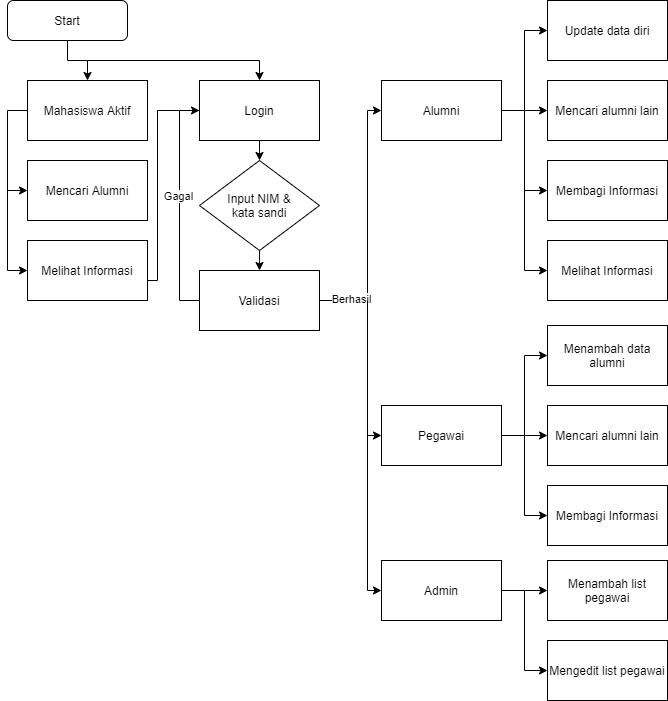
Earlier version of the draw.io export flowchart.png (DwikiAffandi/flowchart). Source tidied: cells renumbered, new cells last; positions are measured from the earlier drawing's top-left corner, leaving out a move shared by most shapes.
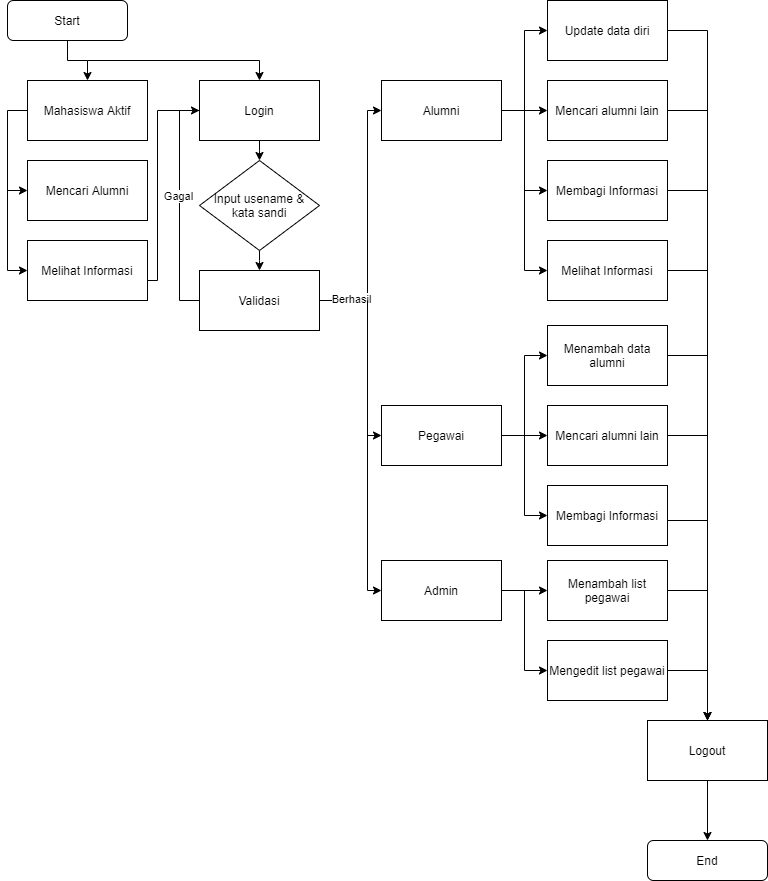
After the commit.

The edit, as a diff of the source:
```diff
@@ -72,7 +72,7 @@
     <mxCell id="16" style="edgeStyle=elbowEdgeStyle;rounded=0;jettySize=auto;elbow=vertical;html=1;" parent="1" edge="1" source="17" target="15">
       <mxGeometry relative="1" as="geometry" />
     </mxCell>
-    <mxCell id="17" value="Input NIM &amp;amp;&lt;br&gt;kata sandi" style="rhombus;whiteSpace=wrap;html=1;" parent="1" vertex="1">
+    <mxCell id="17" value="Input usename &amp;amp;&lt;br&gt;kata sandi" style="rhombus;whiteSpace=wrap;html=1;" parent="1" vertex="1">
       <mxGeometry x="192" y="160" width="120" height="90" as="geometry" />
     </mxCell>
     <mxCell id="18" style="edgeStyle=orthogonalEdgeStyle;rounded=0;jettySize=auto;html=1;exitX=0;exitY=0.5;exitDx=0;exitDy=0;entryX=0;entryY=0.5;entryDx=0;entryDy=0;" parent="1" edge="1" target="19">
@@ -98,12 +98,29 @@
     <mxCell id="24" value="Alumni" style="rounded=0;whiteSpace=wrap;html=1;" parent="1" vertex="1">
       <mxGeometry x="374" y="80" width="120" height="60" as="geometry" />
     </mxCell>
+    <mxCell id="43" style="edgeStyle=orthogonalEdgeStyle;rounded=0;jettySize=auto;html=1;entryX=0.5;entryY=0;entryDx=0;entryDy=0;" parent="1" edge="1" source="25" target="53">
+      <mxGeometry relative="1" as="geometry">
+        <Array as="points">
+          <mxPoint x="700" y="190" />
+        </Array>
+      </mxGeometry>
+    </mxCell>
     <mxCell id="25" value="Membagi Informasi" style="rounded=0;whiteSpace=wrap;html=1;" parent="1" vertex="1">
       <mxGeometry x="540" y="160" width="120" height="60" as="geometry" />
     </mxCell>
+    <mxCell id="44" style="edgeStyle=orthogonalEdgeStyle;rounded=0;jettySize=auto;html=1;" parent="1" edge="1" source="26">
+      <mxGeometry relative="1" as="geometry">
+        <mxPoint x="700" y="760" as="targetPoint" />
+      </mxGeometry>
+    </mxCell>
     <mxCell id="26" value="Mencari alumni lain" style="rounded=0;whiteSpace=wrap;html=1;" parent="1" vertex="1">
       <mxGeometry x="540" y="80" width="120" height="60" as="geometry" />
     </mxCell>
+    <mxCell id="45" style="edgeStyle=orthogonalEdgeStyle;rounded=0;jettySize=auto;html=1;" parent="1" edge="1" source="27">
+      <mxGeometry relative="1" as="geometry">
+        <mxPoint x="700" y="760" as="targetPoint" />
+      </mxGeometry>
+    </mxCell>
     <mxCell id="27" value="Update data diri" style="rounded=0;whiteSpace=wrap;html=1;" parent="1" vertex="1">
       <mxGeometry x="540" width="120" height="60" as="geometry" />
     </mxCell>
@@ -127,12 +144,30 @@
     <mxCell id="32" value="Pegawai" style="rounded=0;whiteSpace=wrap;html=1;" parent="1" vertex="1">
       <mxGeometry x="374" y="405" width="120" height="60" as="geometry" />
     </mxCell>
+    <mxCell id="46" style="edgeStyle=orthogonalEdgeStyle;rounded=0;jettySize=auto;html=1;entryX=0.5;entryY=0;entryDx=0;entryDy=0;" parent="1" edge="1" source="33" target="53">
+      <mxGeometry relative="1" as="geometry">
+        <Array as="points">
+          <mxPoint x="600" y="520" />
+          <mxPoint x="700" y="520" />
+        </Array>
+      </mxGeometry>
+    </mxCell>
     <mxCell id="33" value="Membagi Informasi" style="rounded=0;whiteSpace=wrap;html=1;" parent="1" vertex="1">
       <mxGeometry x="540" y="485" width="120" height="60" as="geometry" />
     </mxCell>
+    <mxCell id="47" style="edgeStyle=orthogonalEdgeStyle;rounded=0;jettySize=auto;html=1;" parent="1" edge="1" source="34">
+      <mxGeometry relative="1" as="geometry">
+        <mxPoint x="700" y="760" as="targetPoint" />
+      </mxGeometry>
+    </mxCell>
     <mxCell id="34" value="Mencari alumni lain" style="rounded=0;whiteSpace=wrap;html=1;" parent="1" vertex="1">
       <mxGeometry x="540" y="405" width="120" height="60" as="geometry" />
     </mxCell>
+    <mxCell id="48" style="edgeStyle=orthogonalEdgeStyle;rounded=0;jettySize=auto;html=1;" parent="1" edge="1" source="35">
+      <mxGeometry relative="1" as="geometry">
+        <mxPoint x="700" y="760" as="targetPoint" />
+      </mxGeometry>
+    </mxCell>
     <mxCell id="35" value="Menambah data alumni" style="rounded=0;whiteSpace=wrap;html=1;" parent="1" vertex="1">
       <mxGeometry x="540" y="325" width="120" height="60" as="geometry" />
     </mxCell>
@@ -153,14 +188,40 @@
     <mxCell id="39" value="Admin" style="rounded=0;whiteSpace=wrap;html=1;" parent="1" vertex="1">
       <mxGeometry x="374" y="560" width="120" height="60" as="geometry" />
     </mxCell>
+    <mxCell id="49" style="edgeStyle=orthogonalEdgeStyle;rounded=0;jettySize=auto;html=1;" parent="1" edge="1" source="40" target="53">
+      <mxGeometry relative="1" as="geometry">
+        <Array as="points">
+          <mxPoint x="700" y="670" />
+        </Array>
+      </mxGeometry>
+    </mxCell>
     <mxCell id="40" value="Mengedit list pegawai" style="rounded=0;whiteSpace=wrap;html=1;" parent="1" vertex="1">
       <mxGeometry x="540" y="640" width="120" height="60" as="geometry" />
     </mxCell>
+    <mxCell id="50" style="edgeStyle=orthogonalEdgeStyle;rounded=0;jettySize=auto;html=1;" parent="1" edge="1" source="41">
+      <mxGeometry relative="1" as="geometry">
+        <mxPoint x="700" y="760" as="targetPoint" />
+      </mxGeometry>
+    </mxCell>
     <mxCell id="41" value="Menambah list pegawai" style="rounded=0;whiteSpace=wrap;html=1;" parent="1" vertex="1">
       <mxGeometry x="540" y="560" width="120" height="60" as="geometry" />
     </mxCell>
+    <mxCell id="51" style="edgeStyle=orthogonalEdgeStyle;rounded=0;jettySize=auto;html=1;" parent="1" edge="1" source="42">
+      <mxGeometry relative="1" as="geometry">
+        <mxPoint x="700" y="760" as="targetPoint" />
+      </mxGeometry>
+    </mxCell>
     <mxCell id="42" value="Melihat Informasi" style="rounded=0;whiteSpace=wrap;html=1;" parent="1" vertex="1">
       <mxGeometry x="540" y="240" width="120" height="60" as="geometry" />
     </mxCell>
+    <mxCell id="52" style="edgeStyle=orthogonalEdgeStyle;rounded=0;jettySize=auto;html=1;entryX=0.5;entryY=0;entryDx=0;entryDy=0;" parent="1" edge="1" source="53" target="54">
+      <mxGeometry relative="1" as="geometry" />
+    </mxCell>
+    <mxCell id="53" value="Logout" style="rounded=0;whiteSpace=wrap;html=1;" parent="1" vertex="1">
+      <mxGeometry x="640" y="720" width="120" height="60" as="geometry" />
+    </mxCell>
+    <mxCell id="54" value="End" style="rounded=1;whiteSpace=wrap;html=1;" parent="1" vertex="1">
+      <mxGeometry x="640" y="840" width="120" height="40" as="geometry" />
+    </mxCell>
   </root>
 </mxGraphModel>
```
